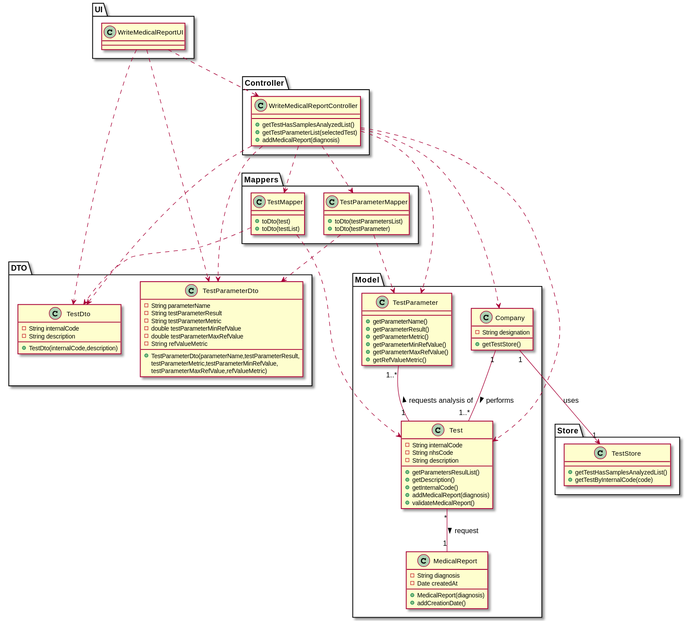
Above: docs/SprintC/US14/US14_CD.svg in manu-07-ela/LAPR2_ISEP (PlantUML), before the change.
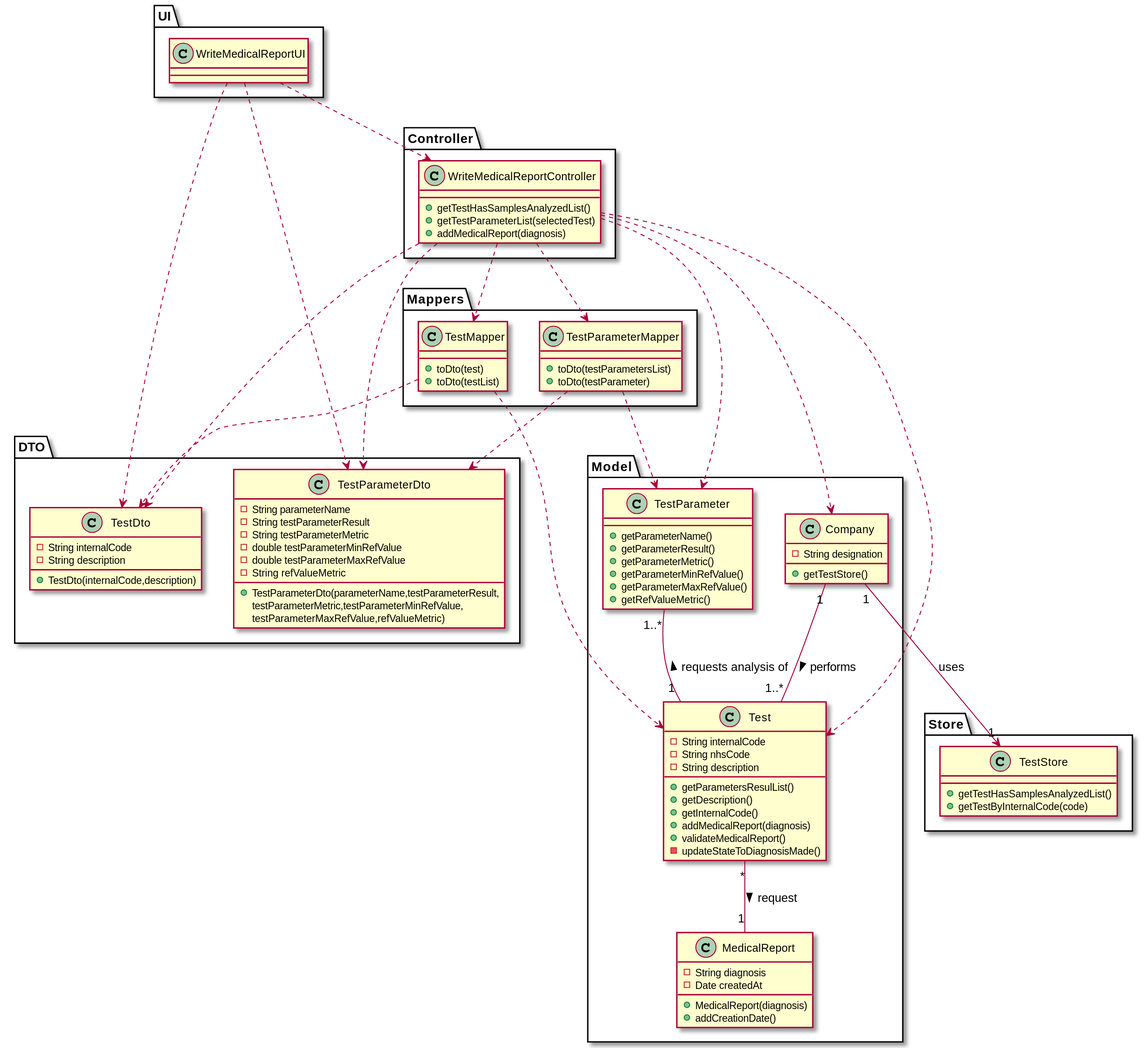
After the commit.

Change to the diagram source:
```diff
@@ -28,6 +28,7 @@
 +getInternalCode()
 +addMedicalReport(diagnosis)
 +validateMedicalReport()
+-updateStateToDiagnosisMade()
 }
 
 class MedicalReport{
```
